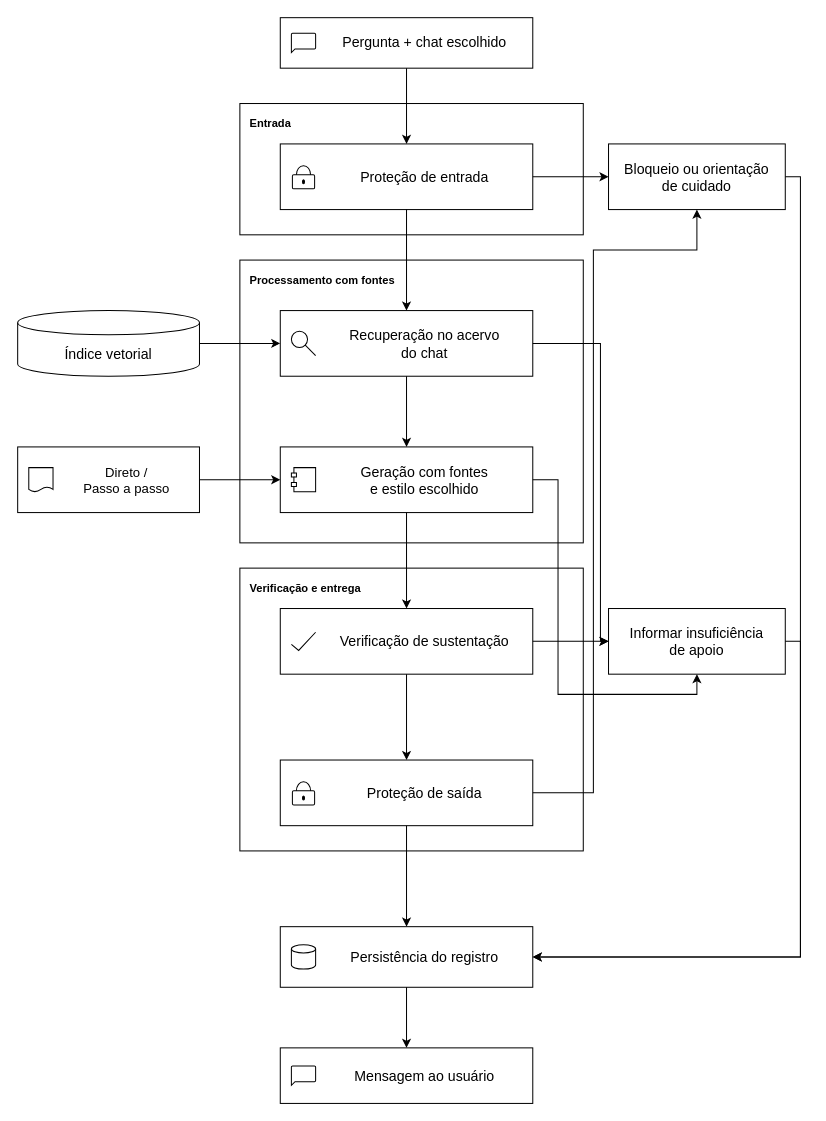
This is diagramas/drawio/03_Arquitetura_GuardKids.drawio from devfellsp/TCC-GUARDRAILS-FOR-CHILDREN-, a draw.io file, before an edit. Source tidied: cells renumbered, new cells numbered last; positions are measured from the earlier drawing's top-left corner, leaving out a move shared by most shapes. Both pictures are drawn from the tidied source at 101%, with x=0, y=0 at pixel (17, 17).
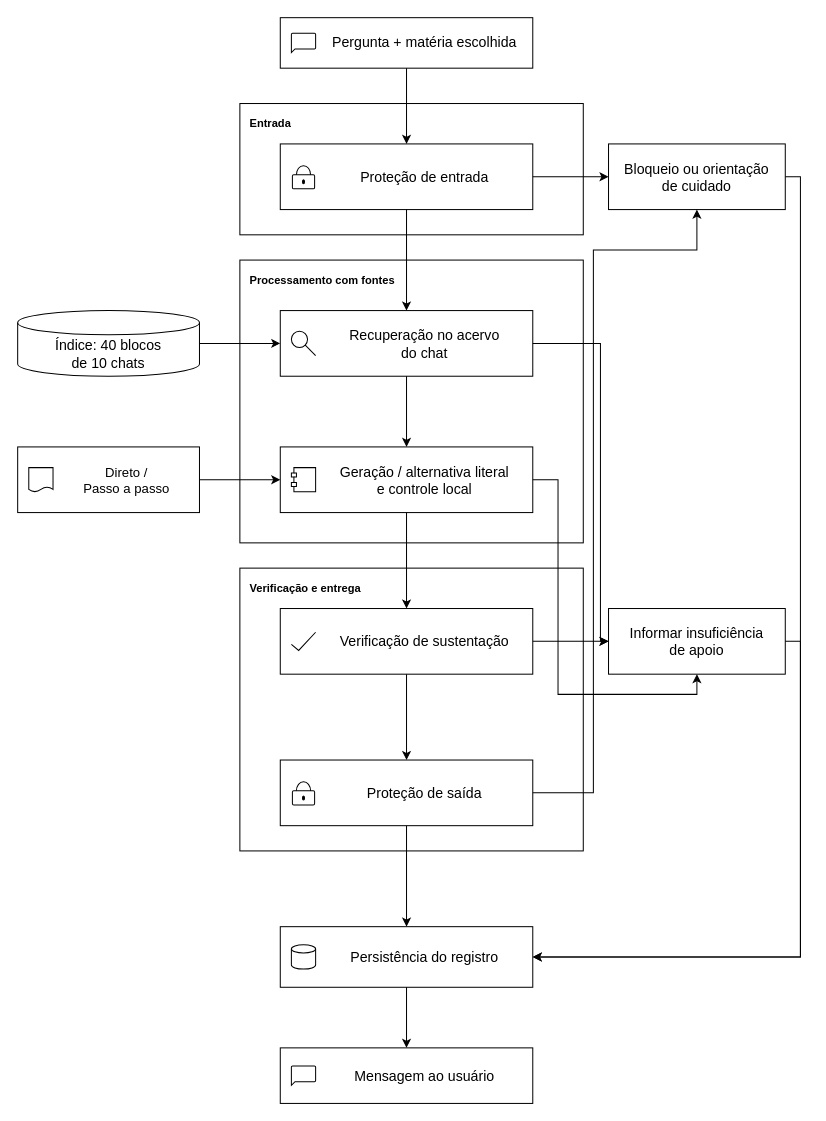
Above is the later version.

Diff of the diagram source:
```diff
@@
-    <mxCell id="5" value="Pergunta + chat escolhido" style="rounded=0;whiteSpace=wrap;html=1;fontFamily=Arial;fontSize=14;strokeColor=#000000;fillColor=#FFFFFF;shadow=0;strokeWidth=1;fontSize=14;fontStyle=0;spacingLeft=44;spacingRight=8;" parent="1" vertex="1">
+    <mxCell id="5" value="Pergunta + matéria escolhida" style="rounded=0;whiteSpace=wrap;html=1;fontFamily=Arial;fontSize=14;strokeColor=#000000;fillColor=#FFFFFF;shadow=0;strokeWidth=1;fontSize=14;fontStyle=0;spacingLeft=44;spacingRight=8;" parent="1" vertex="1">
       <mxGeometry x="260" width="250" height="50" as="geometry" />
     </mxCell>
@@
-    <mxCell id="8" value="Geração com fontes&lt;br&gt;e estilo escolhido" style="rounded=0;whiteSpace=wrap;html=1;fontFamily=Arial;fontSize=14;strokeColor=#000000;fillColor=#FFFFFF;shadow=0;strokeWidth=1;fontSize=14;fontStyle=0;spacingLeft=44;spacingRight=8;" parent="1" vertex="1">
+    <mxCell id="8" value="Geração / alternativa literal&lt;br&gt;e controle local" style="rounded=0;whiteSpace=wrap;html=1;fontFamily=Arial;fontSize=14;strokeColor=#000000;fillColor=#FFFFFF;shadow=0;strokeWidth=1;fontSize=14;fontStyle=0;spacingLeft=44;spacingRight=8;" parent="1" vertex="1">
       <mxGeometry x="260" y="425" width="250" height="65" as="geometry" />
     </mxCell>
-    <mxCell id="9" value="Índice vetorial" style="rounded=0;whiteSpace=wrap;html=1;fontFamily=Arial;fontSize=14;strokeColor=#000000;fillColor=#FFFFFF;shadow=0;strokeWidth=1;fontSize=14;fontStyle=0;shape=cylinder3;boundedLbl=1;size=12;" parent="1" vertex="1">
+    <mxCell id="9" value="Índice: 40 blocos&lt;br&gt;de 10 chats" style="rounded=0;whiteSpace=wrap;html=1;fontFamily=Arial;fontSize=14;strokeColor=#000000;fillColor=#FFFFFF;shadow=0;strokeWidth=1;fontSize=14;fontStyle=0;shape=cylinder3;boundedLbl=1;size=12;" parent="1" vertex="1">
       <mxGeometry y="290" width="180" height="65" as="geometry" />
     </mxCell>
```
